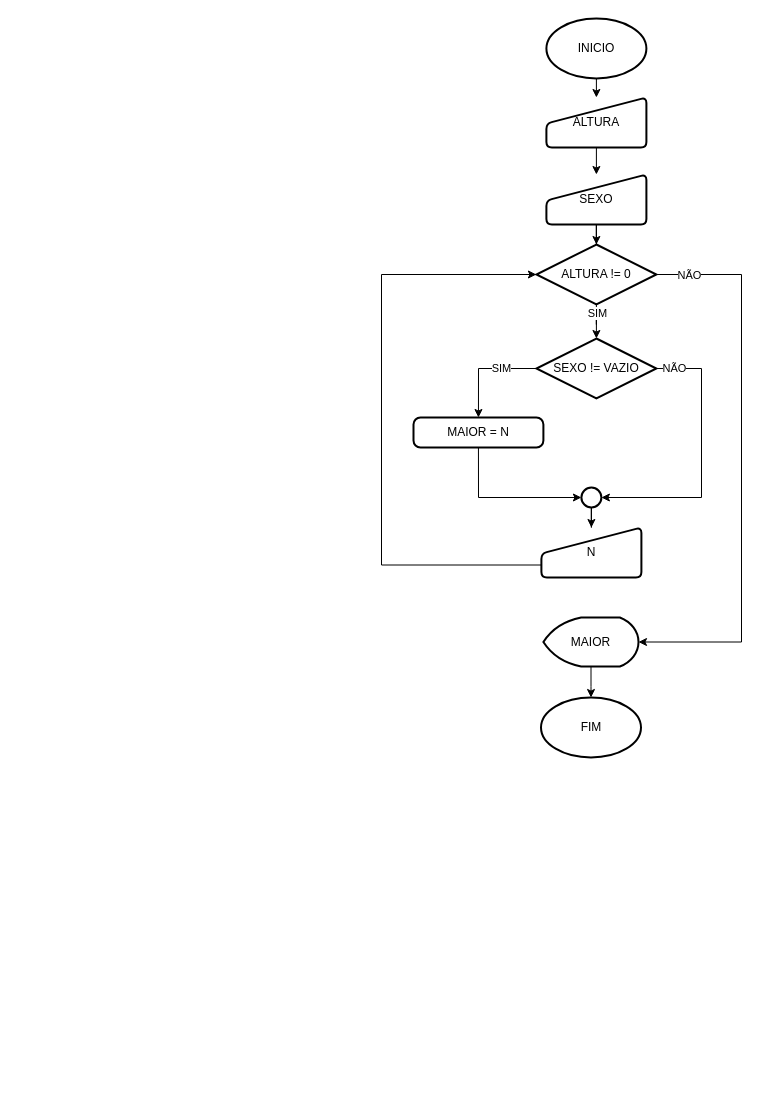
Above: Simulado-10.drawio in gabriel-carvalhos/fluxogramas-bootcamp-cdb (draw.io), before the change. Source tidied: cells renumbered, new cells numbered last; positions are measured from the earlier drawing's top-left corner, leaving out a move shared by most shapes. Both pictures are drawn from the tidied source at 100%, with x=0, y=0 at pixel (381, 18).
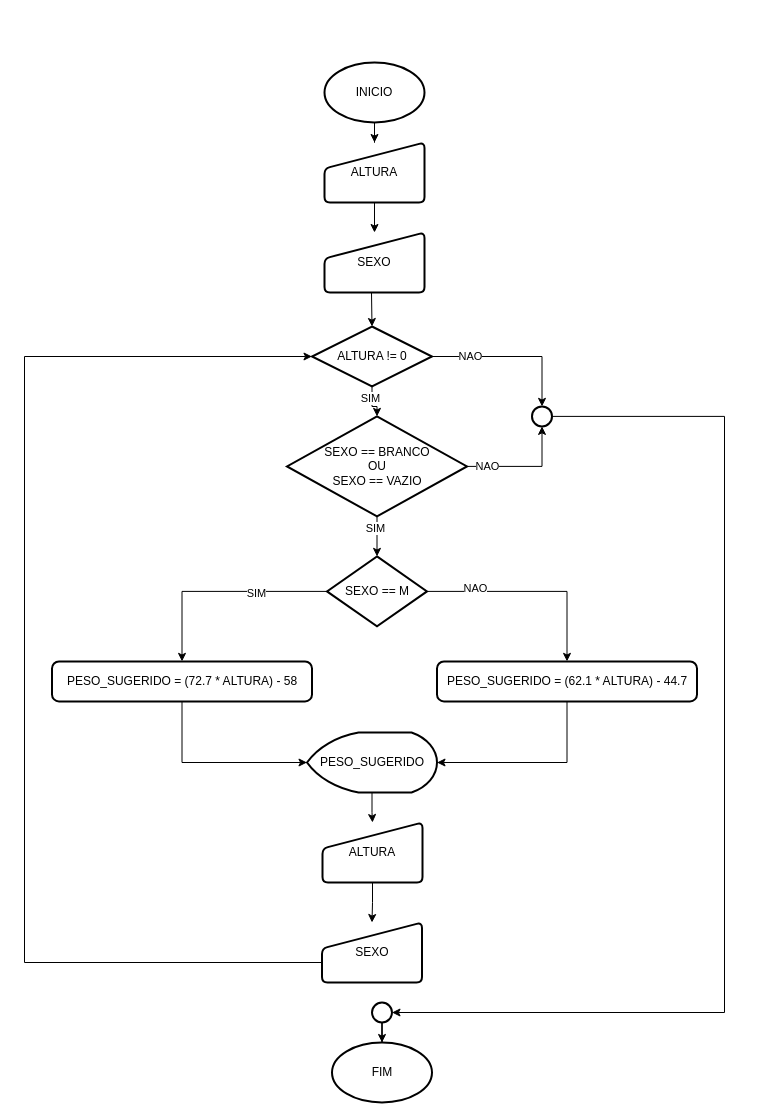
After the change.

The edit, as a diff of the source:
```diff
@@
-    <mxCell id="2" style="edgeStyle=orthogonalEdgeStyle;rounded=0;jettySize=auto;html=1;entryX=0.5;entryY=0;entryDx=0;entryDy=0;" parent="1" edge="1" source="3" target="26">
-      <mxGeometry relative="1" as="geometry">
-        <Array as="points">
-          <mxPoint x="215" y="60" />
-        </Array>
-      </mxGeometry>
-    </mxCell>
+    <mxCell id="27" style="edgeStyle=orthogonalEdgeStyle;rounded=0;jettySize=auto;html=1;entryX=0.5;entryY=0;entryDx=0;entryDy=0;" parent="1" edge="1" source="3" target="47">
+      <mxGeometry relative="1" as="geometry" />
+    </mxCell>
     <mxCell id="3" value="INICIO" style="strokeWidth=2;html=1;shape=mxgraph.flowchart.start_1;whiteSpace=wrap;" parent="1" vertex="1">
-      <mxGeometry x="164.9" width="100" height="60" as="geometry" />
+      <mxGeometry x="-57" y="44" width="100" height="60" as="geometry" />
     </mxCell>
     <mxCell id="4" value="FIM" style="strokeWidth=2;html=1;shape=mxgraph.flowchart.start_1;whiteSpace=wrap;" parent="1" vertex="1">
-      <mxGeometry x="159.5" y="679" width="100" height="60" as="geometry" />
+      <mxGeometry x="-49.5" y="1024" width="100" height="60" as="geometry" />
     </mxCell>
-    <mxCell id="5" value="SEXO" style="html=1;strokeWidth=2;shape=manualInput;whiteSpace=wrap;rounded=1;size=26;arcSize=11;" parent="1" vertex="1">
-      <mxGeometry x="164.9" y="156" width="100" height="50" as="geometry" />
-    </mxCell>
-    <mxCell id="6" style="edgeStyle=orthogonalEdgeStyle;rounded=0;jettySize=auto;html=1;entryX=0.5;entryY=0;entryDx=0;entryDy=0;exitX=0.5;exitY=1;exitDx=0;exitDy=0;" parent="1" edge="1" source="26" target="5">
-      <mxGeometry relative="1" as="geometry" />
-    </mxCell>
+    <mxCell id="28" style="edgeStyle=orthogonalEdgeStyle;rounded=0;jettySize=auto;html=1;exitX=0.5;exitY=1;exitDx=0;exitDy=0;exitPerimeter=0;" parent="1" edge="1" source="7" target="30">
+      <mxGeometry relative="1" as="geometry" />
+    </mxCell>
+    <mxCell id="29" value="SIM" style="edgeLabel;html=1;align=center;verticalAlign=middle;" parent="28" vertex="1">
+      <mxGeometry x="-0.35" y="3" relative="1" as="geometry">
+        <mxPoint x="-5" as="offset" />
+      </mxGeometry>
+    </mxCell>
     <mxCell id="7" value="ALTURA != 0" style="strokeWidth=2;html=1;shape=mxgraph.flowchart.decision;whiteSpace=wrap;" parent="1" vertex="1">
-      <mxGeometry x="154.9" y="226" width="120" height="60" as="geometry" />
+      <mxGeometry x="-69.5" y="308" width="120" height="60" as="geometry" />
     </mxCell>
-    <mxCell id="8" value="SEXO != VAZIO" style="strokeWidth=2;html=1;shape=mxgraph.flowchart.decision;whiteSpace=wrap;" parent="1" vertex="1">
-      <mxGeometry x="154.9" y="320" width="120" height="60" as="geometry" />
-    </mxCell>
-    <mxCell id="9" value="MAIOR = N" style="rounded=1;whiteSpace=wrap;html=1;absoluteArcSize=1;arcSize=14;strokeWidth=2;" parent="1" vertex="1">
-      <mxGeometry x="32" y="399" width="129.9" height="30" as="geometry" />
-    </mxCell>
-    <mxCell id="10" style="edgeStyle=orthogonalEdgeStyle;rounded=0;jettySize=auto;html=1;entryX=0.5;entryY=0;entryDx=0;entryDy=0;" parent="1" edge="1" source="11" target="13">
-      <mxGeometry relative="1" as="geometry" />
-    </mxCell>
-    <mxCell id="11" style="strokeWidth=2;html=1;shape=mxgraph.flowchart.start_2;whiteSpace=wrap;" parent="1" vertex="1">
-      <mxGeometry x="199.9" y="469" width="20" height="20" as="geometry" />
-    </mxCell>
-    <mxCell id="12" value="MAIOR" style="strokeWidth=2;html=1;shape=mxgraph.flowchart.display;whiteSpace=wrap;" parent="1" vertex="1">
-      <mxGeometry x="161.9" y="599" width="95.1" height="49" as="geometry" />
-    </mxCell>
-    <mxCell id="13" value="N" style="html=1;strokeWidth=2;shape=manualInput;whiteSpace=wrap;rounded=1;size=26;arcSize=11;" parent="1" vertex="1">
-      <mxGeometry x="159.9" y="509" width="100" height="50" as="geometry" />
-    </mxCell>
-    <mxCell id="14" style="edgeStyle=orthogonalEdgeStyle;rounded=0;jettySize=auto;html=1;entryX=0.5;entryY=0;entryDx=0;entryDy=0;entryPerimeter=0;" parent="1" edge="1" source="5" target="7">
-      <mxGeometry relative="1" as="geometry" />
-    </mxCell>
-    <mxCell id="15" style="edgeStyle=orthogonalEdgeStyle;rounded=0;jettySize=auto;html=1;entryX=0.5;entryY=0;entryDx=0;entryDy=0;entryPerimeter=0;" parent="1" edge="1" source="7" target="8">
-      <mxGeometry relative="1" as="geometry" />
-    </mxCell>
-    <mxCell id="16" value="SIM" style="edgeLabel;html=1;align=center;verticalAlign=middle;" parent="15" vertex="1">
-      <mxGeometry x="-0.64" y="1" relative="1" as="geometry" />
-    </mxCell>
-    <mxCell id="17" style="edgeStyle=orthogonalEdgeStyle;rounded=0;jettySize=auto;html=1;entryX=0.5;entryY=0;entryDx=0;entryDy=0;" parent="1" edge="1" source="8" target="9">
-      <mxGeometry relative="1" as="geometry">
-        <Array as="points">
-          <mxPoint x="97" y="350" />
-        </Array>
-      </mxGeometry>
-    </mxCell>
-    <mxCell id="18" value="SIM" style="edgeLabel;html=1;align=center;verticalAlign=middle;" parent="17" vertex="1">
-      <mxGeometry x="-0.35" y="-1" relative="1" as="geometry" />
-    </mxCell>
-    <mxCell id="19" style="edgeStyle=orthogonalEdgeStyle;rounded=0;jettySize=auto;html=1;entryX=0;entryY=0.5;entryDx=0;entryDy=0;entryPerimeter=0;exitX=0.5;exitY=1;exitDx=0;exitDy=0;" parent="1" edge="1" source="9" target="11">
-      <mxGeometry relative="1" as="geometry" />
-    </mxCell>
-    <mxCell id="20" style="edgeStyle=orthogonalEdgeStyle;rounded=0;jettySize=auto;html=1;entryX=1;entryY=0.5;entryDx=0;entryDy=0;entryPerimeter=0;" parent="1" edge="1" source="8" target="11">
-      <mxGeometry relative="1" as="geometry">
-        <Array as="points">
-          <mxPoint x="320" y="350" />
-          <mxPoint x="320" y="479" />
-        </Array>
-      </mxGeometry>
-    </mxCell>
-    <mxCell id="21" value="NÃO" style="edgeLabel;html=1;align=center;verticalAlign=middle;" parent="20" vertex="1">
-      <mxGeometry x="-0.9" y="1" relative="1" as="geometry">
-        <mxPoint x="4" as="offset" />
-      </mxGeometry>
-    </mxCell>
-    <mxCell id="22" style="edgeStyle=orthogonalEdgeStyle;rounded=0;jettySize=auto;html=1;entryX=0;entryY=0.5;entryDx=0;entryDy=0;entryPerimeter=0;exitX=0;exitY=0.75;exitDx=0;exitDy=0;" parent="1" edge="1" source="13" target="7">
-      <mxGeometry relative="1" as="geometry">
-        <Array as="points">
-          <mxPoint y="547" />
-          <mxPoint y="256" />
-        </Array>
-      </mxGeometry>
-    </mxCell>
-    <mxCell id="23" style="edgeStyle=orthogonalEdgeStyle;rounded=0;jettySize=auto;html=1;entryX=1;entryY=0.5;entryDx=0;entryDy=0;entryPerimeter=0;" parent="1" edge="1" source="7" target="12">
-      <mxGeometry relative="1" as="geometry">
-        <Array as="points">
-          <mxPoint x="360" y="256" />
-          <mxPoint x="360" y="624" />
-        </Array>
-      </mxGeometry>
-    </mxCell>
-    <mxCell id="24" value="NÃO" style="edgeLabel;html=1;align=center;verticalAlign=middle;" parent="23" vertex="1">
-      <mxGeometry x="-0.88" y="3" relative="1" as="geometry">
-        <mxPoint y="3" as="offset" />
-      </mxGeometry>
-    </mxCell>
-    <mxCell id="25" style="edgeStyle=orthogonalEdgeStyle;rounded=0;jettySize=auto;html=1;entryX=0.5;entryY=0;entryDx=0;entryDy=0;entryPerimeter=0;" parent="1" edge="1" source="12" target="4">
-      <mxGeometry relative="1" as="geometry" />
-    </mxCell>
-    <mxCell id="26" value="ALTURA" style="html=1;strokeWidth=2;shape=manualInput;whiteSpace=wrap;rounded=1;size=26;arcSize=11;" parent="1" vertex="1">
-      <mxGeometry x="164.9" y="79" width="100" height="50" as="geometry" />
-    </mxCell>
+    <mxCell id="30" value="&lt;div&gt;SEXO == BRANCO&lt;/div&gt;&lt;div&gt;OU&lt;/div&gt;&lt;div&gt;SEXO == VAZIO&lt;/div&gt;" style="strokeWidth=2;html=1;shape=mxgraph.flowchart.decision;whiteSpace=wrap;" parent="1" vertex="1">
+      <mxGeometry x="-94.5" y="397.9" width="180" height="100" as="geometry" />
+    </mxCell>
+    <mxCell id="31" style="edgeStyle=orthogonalEdgeStyle;rounded=0;jettySize=auto;html=1;entryX=1;entryY=0.5;entryDx=0;entryDy=0;entryPerimeter=0;" parent="1" edge="1" source="32" target="55">
+      <mxGeometry relative="1" as="geometry">
+        <Array as="points">
+          <mxPoint x="343" y="398" />
+          <mxPoint x="343" y="994" />
+        </Array>
+      </mxGeometry>
+    </mxCell>
+    <mxCell id="32" style="strokeWidth=2;html=1;shape=mxgraph.flowchart.start_2;whiteSpace=wrap;" parent="1" vertex="1">
+      <mxGeometry x="150.5" y="387.9" width="20" height="20" as="geometry" />
+    </mxCell>
+    <mxCell id="33" style="edgeStyle=orthogonalEdgeStyle;rounded=0;jettySize=auto;html=1;entryX=0.5;entryY=1;entryDx=0;entryDy=0;entryPerimeter=0;" parent="1" edge="1" source="30" target="32">
+      <mxGeometry relative="1" as="geometry" />
+    </mxCell>
+    <mxCell id="34" value="NAO" style="edgeLabel;html=1;align=center;verticalAlign=middle;" parent="33" vertex="1">
+      <mxGeometry x="-0.65" relative="1" as="geometry" />
+    </mxCell>
+    <mxCell id="35" style="edgeStyle=orthogonalEdgeStyle;rounded=0;jettySize=auto;html=1;entryX=0.5;entryY=0;entryDx=0;entryDy=0;entryPerimeter=0;" parent="1" edge="1" source="7" target="32">
+      <mxGeometry relative="1" as="geometry" />
+    </mxCell>
+    <mxCell id="36" value="NAO" style="edgeLabel;html=1;align=center;verticalAlign=middle;" parent="35" vertex="1">
+      <mxGeometry x="-0.52" y="-4" relative="1" as="geometry">
+        <mxPoint y="-5" as="offset" />
+      </mxGeometry>
+    </mxCell>
+    <mxCell id="37" style="edgeStyle=orthogonalEdgeStyle;rounded=0;jettySize=auto;html=1;entryX=0.5;entryY=0;entryDx=0;entryDy=0;" parent="1" edge="1" source="41" target="42">
+      <mxGeometry relative="1" as="geometry" />
+    </mxCell>
+    <mxCell id="38" value="SIM" style="edgeLabel;html=1;align=center;verticalAlign=middle;" parent="37" vertex="1">
+      <mxGeometry x="-0.34" y="2" relative="1" as="geometry" />
+    </mxCell>
+    <mxCell id="39" style="edgeStyle=orthogonalEdgeStyle;rounded=0;jettySize=auto;html=1;entryX=0.5;entryY=0;entryDx=0;entryDy=0;" parent="1" edge="1" source="41" target="43">
+      <mxGeometry relative="1" as="geometry" />
+    </mxCell>
+    <mxCell id="40" value="NAO" style="edgeLabel;html=1;align=center;verticalAlign=middle;" parent="39" vertex="1">
+      <mxGeometry x="-0.54" y="3" relative="1" as="geometry" />
+    </mxCell>
+    <mxCell id="41" value="SEXO == M" style="strokeWidth=2;html=1;shape=mxgraph.flowchart.decision;whiteSpace=wrap;" parent="1" vertex="1">
+      <mxGeometry x="-54.5" y="537.9" width="100" height="70" as="geometry" />
+    </mxCell>
+    <mxCell id="42" value="PESO_SUGERIDO = (72.7 * ALTURA) - 58" style="rounded=1;whiteSpace=wrap;html=1;absoluteArcSize=1;arcSize=14;strokeWidth=2;" parent="1" vertex="1">
+      <mxGeometry x="-329.5" y="642.9" width="260" height="40" as="geometry" />
+    </mxCell>
+    <mxCell id="43" value="PESO_SUGERIDO = (62.1 * ALTURA) - 44.7" style="rounded=1;whiteSpace=wrap;html=1;absoluteArcSize=1;arcSize=14;strokeWidth=2;" parent="1" vertex="1">
+      <mxGeometry x="55.5" y="642.9" width="260" height="40" as="geometry" />
+    </mxCell>
+    <mxCell id="44" style="edgeStyle=orthogonalEdgeStyle;rounded=0;jettySize=auto;html=1;entryX=0.5;entryY=0;entryDx=0;entryDy=0;entryPerimeter=0;" parent="1" edge="1" source="30" target="41">
+      <mxGeometry relative="1" as="geometry" />
+    </mxCell>
+    <mxCell id="45" value="SIM" style="edgeLabel;html=1;align=center;verticalAlign=middle;" parent="44" vertex="1">
+      <mxGeometry x="-0.4" y="-2" relative="1" as="geometry" />
+    </mxCell>
+    <mxCell id="46" style="edgeStyle=orthogonalEdgeStyle;rounded=0;jettySize=auto;html=1;entryX=0.5;entryY=0;entryDx=0;entryDy=0;" parent="1" edge="1" source="47" target="48">
+      <mxGeometry relative="1" as="geometry" />
+    </mxCell>
+    <mxCell id="47" value="ALTURA" style="html=1;strokeWidth=2;shape=manualInput;whiteSpace=wrap;rounded=1;size=26;arcSize=11;" parent="1" vertex="1">
+      <mxGeometry x="-57" y="124" width="100" height="60" as="geometry" />
+    </mxCell>
+    <mxCell id="48" value="SEXO" style="html=1;strokeWidth=2;shape=manualInput;whiteSpace=wrap;rounded=1;size=26;arcSize=11;" parent="1" vertex="1">
+      <mxGeometry x="-57" y="214" width="100" height="60" as="geometry" />
+    </mxCell>
+    <mxCell id="49" style="edgeStyle=orthogonalEdgeStyle;rounded=0;jettySize=auto;html=1;entryX=0.5;entryY=0;entryDx=0;entryDy=0;entryPerimeter=0;" parent="1" edge="1" target="7">
+      <mxGeometry relative="1" as="geometry">
+        <mxPoint x="-10" y="274" as="sourcePoint" />
+      </mxGeometry>
+    </mxCell>
+    <mxCell id="50" style="edgeStyle=orthogonalEdgeStyle;rounded=0;jettySize=auto;html=1;entryX=0.5;entryY=0;entryDx=0;entryDy=0;" parent="1" edge="1" source="51" target="52">
+      <mxGeometry relative="1" as="geometry" />
+    </mxCell>
+    <mxCell id="51" value="ALTURA" style="html=1;strokeWidth=2;shape=manualInput;whiteSpace=wrap;rounded=1;size=26;arcSize=11;" parent="1" vertex="1">
+      <mxGeometry x="-59" y="804" width="100" height="60" as="geometry" />
+    </mxCell>
+    <mxCell id="52" value="SEXO" style="html=1;strokeWidth=2;shape=manualInput;whiteSpace=wrap;rounded=1;size=26;arcSize=11;" parent="1" vertex="1">
+      <mxGeometry x="-59.5" y="904" width="100" height="60" as="geometry" />
+    </mxCell>
+    <mxCell id="53" style="edgeStyle=orthogonalEdgeStyle;rounded=0;jettySize=auto;html=1;entryX=0;entryY=0.5;entryDx=0;entryDy=0;entryPerimeter=0;" parent="1" edge="1" source="52" target="7">
+      <mxGeometry relative="1" as="geometry">
+        <Array as="points">
+          <mxPoint x="-357" y="944" />
+          <mxPoint x="-357" y="338" />
+        </Array>
+      </mxGeometry>
+    </mxCell>
+    <mxCell id="54" style="edgeStyle=orthogonalEdgeStyle;rounded=0;jettySize=auto;html=1;" parent="1" edge="1" source="55" target="4">
+      <mxGeometry relative="1" as="geometry" />
+    </mxCell>
+    <mxCell id="55" style="strokeWidth=2;html=1;shape=mxgraph.flowchart.start_2;whiteSpace=wrap;" parent="1" vertex="1">
+      <mxGeometry x="-9.5" y="984" width="20" height="20" as="geometry" />
+    </mxCell>
+    <mxCell id="56" style="edgeStyle=orthogonalEdgeStyle;rounded=0;jettySize=auto;html=1;entryX=0.5;entryY=0;entryDx=0;entryDy=0;" parent="1" edge="1" source="57" target="51">
+      <mxGeometry relative="1" as="geometry" />
+    </mxCell>
+    <mxCell id="57" value="PESO_SUGERIDO" style="strokeWidth=2;html=1;shape=mxgraph.flowchart.display;whiteSpace=wrap;" parent="1" vertex="1">
+      <mxGeometry x="-74.5" y="714" width="130" height="60" as="geometry" />
+    </mxCell>
+    <mxCell id="58" style="edgeStyle=orthogonalEdgeStyle;rounded=0;jettySize=auto;html=1;entryX=0;entryY=0.5;entryDx=0;entryDy=0;entryPerimeter=0;" parent="1" edge="1" source="42" target="57">
+      <mxGeometry relative="1" as="geometry" />
+    </mxCell>
+    <mxCell id="59" style="edgeStyle=orthogonalEdgeStyle;rounded=0;jettySize=auto;html=1;entryX=1;entryY=0.5;entryDx=0;entryDy=0;entryPerimeter=0;" parent="1" edge="1" source="43" target="57">
+      <mxGeometry relative="1" as="geometry" />
+    </mxCell>
```
